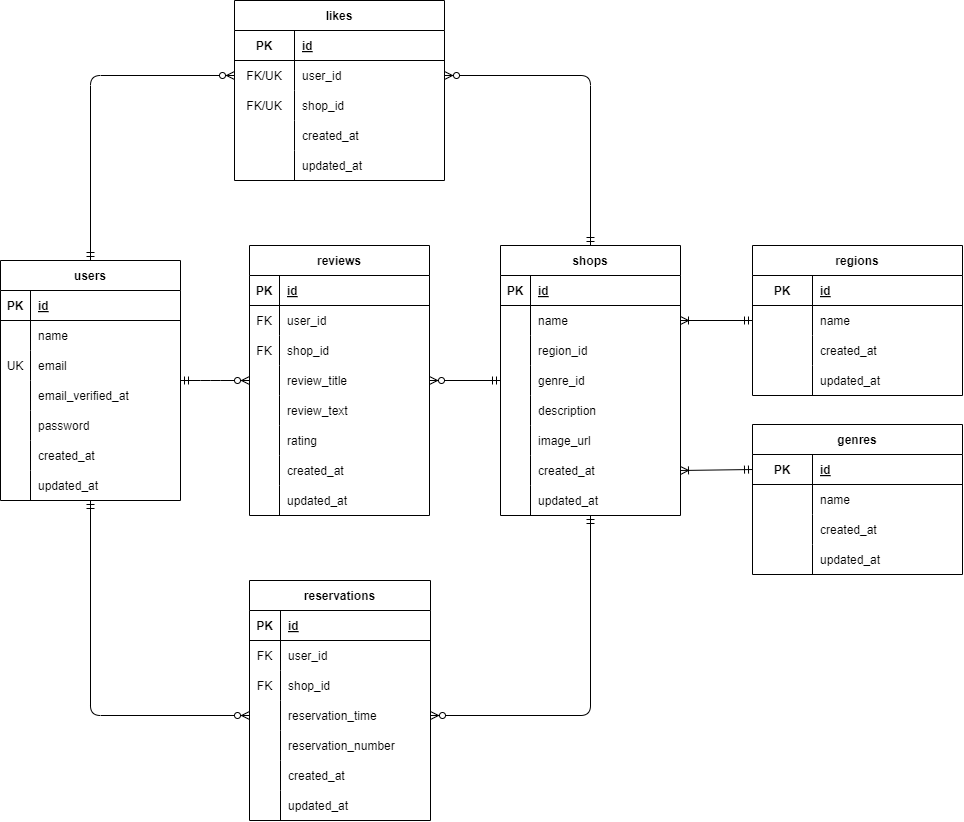
Above: ER.png in fukuda983667/Rese-front (draw.io), before the change. Source tidied: cells renumbered, new cells last; positions are measured from the earlier drawing's top-left corner, leaving out a move shared by most shapes.
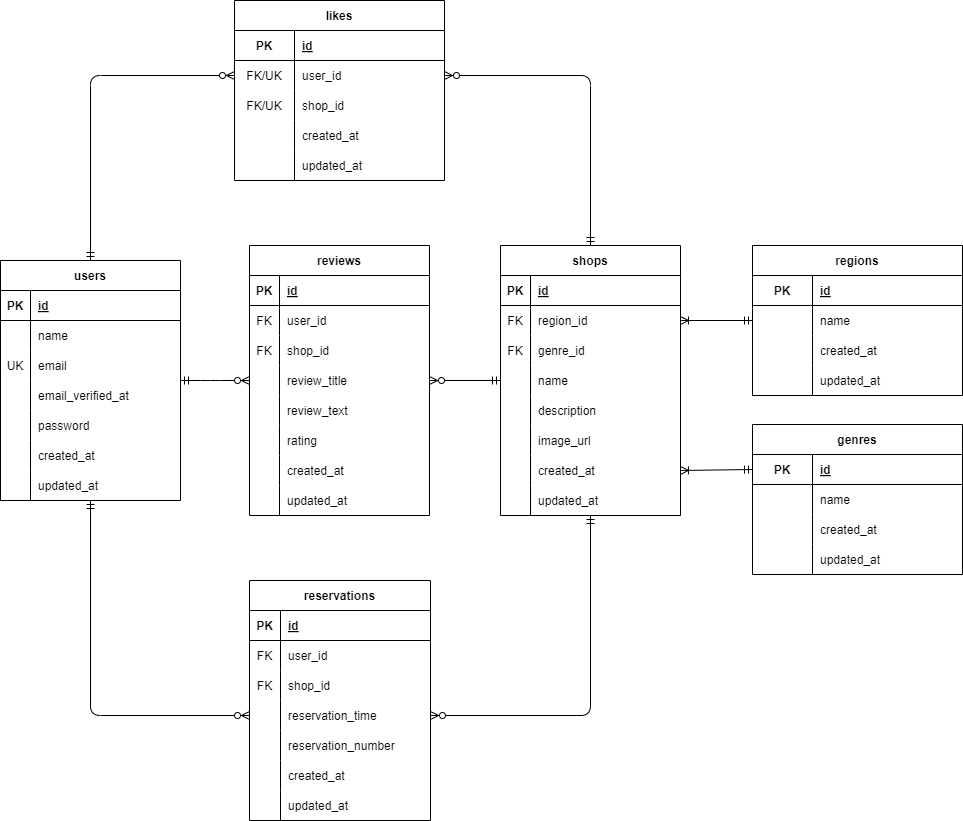
Above is the later version.

Change to the diagram source:
```diff
@@ -17,19 +17,19 @@
     <mxCell id="6" style="shape=tableRow;horizontal=0;startSize=0;swimlaneHead=0;swimlaneBody=0;fillColor=none;points=[[0,0.5],[1,0.5]];portConstraint=eastwest;top=0;left=0;right=0;bottom=0;" parent="2" vertex="1">
       <mxGeometry y="60" width="180" height="30" as="geometry" />
     </mxCell>
-    <mxCell id="7" style="shape=partialRectangle;fillColor=none;top=0;left=0;bottom=0;right=0;overflow=hidden;" parent="6" vertex="1">
+    <mxCell id="7" value="FK" style="shape=partialRectangle;fillColor=none;top=0;left=0;bottom=0;right=0;overflow=hidden;" parent="6" vertex="1">
       <mxGeometry width="30" height="30" as="geometry" />
     </mxCell>
-    <mxCell id="8" value="name" style="shape=partialRectangle;fillColor=none;top=0;left=0;bottom=0;right=0;align=left;spacingLeft=6;overflow=hidden;" parent="6" vertex="1">
+    <mxCell id="8" value="region_id" style="shape=partialRectangle;fillColor=none;top=0;left=0;bottom=0;right=0;align=left;spacingLeft=6;overflow=hidden;" parent="6" vertex="1">
       <mxGeometry x="30" width="150" height="30" as="geometry" />
     </mxCell>
     <mxCell id="9" style="shape=tableRow;horizontal=0;startSize=0;swimlaneHead=0;swimlaneBody=0;fillColor=none;top=0;left=0;right=0;bottom=0;" parent="2" vertex="1">
       <mxGeometry y="90" width="180" height="30" as="geometry" />
     </mxCell>
-    <mxCell id="10" style="shape=partialRectangle;fillColor=none;top=0;left=0;bottom=0;right=0;overflow=hidden;" parent="9" vertex="1">
+    <mxCell id="10" value="FK" style="shape=partialRectangle;fillColor=none;top=0;left=0;bottom=0;right=0;overflow=hidden;" parent="9" vertex="1">
       <mxGeometry width="30" height="30" as="geometry" />
     </mxCell>
-    <mxCell id="11" value="region_id" style="shape=partialRectangle;fillColor=none;top=0;left=0;bottom=0;right=0;align=left;spacingLeft=6;overflow=hidden;" parent="9" vertex="1">
+    <mxCell id="11" value="genre_id" style="shape=partialRectangle;fillColor=none;top=0;left=0;bottom=0;right=0;align=left;spacingLeft=6;overflow=hidden;" parent="9" vertex="1">
       <mxGeometry x="30" width="150" height="30" as="geometry" />
     </mxCell>
     <mxCell id="12" style="shape=tableRow;horizontal=0;startSize=0;swimlaneHead=0;swimlaneBody=0;fillColor=none;points=[[0,0.5],[1,0.5]];portConstraint=eastwest;top=0;left=0;right=0;bottom=0;" parent="2" vertex="1">
@@ -38,7 +38,7 @@
     <mxCell id="13" style="shape=partialRectangle;fillColor=none;top=0;left=0;bottom=0;right=0;overflow=hidden;" parent="12" vertex="1">
       <mxGeometry width="30" height="30" as="geometry" />
     </mxCell>
-    <mxCell id="14" value="genre_id" style="shape=partialRectangle;fillColor=none;top=0;left=0;bottom=0;right=0;align=left;spacingLeft=6;overflow=hidden;" parent="12" vertex="1">
+    <mxCell id="14" value="name" style="shape=partialRectangle;fillColor=none;top=0;left=0;bottom=0;right=0;align=left;spacingLeft=6;overflow=hidden;" parent="12" vertex="1">
       <mxGeometry x="30" width="150" height="30" as="geometry" />
     </mxCell>
     <mxCell id="15" style="shape=tableRow;horizontal=0;startSize=0;swimlaneHead=0;swimlaneBody=0;fillColor=none;top=0;left=0;right=0;bottom=0;" parent="2" vertex="1">
```
